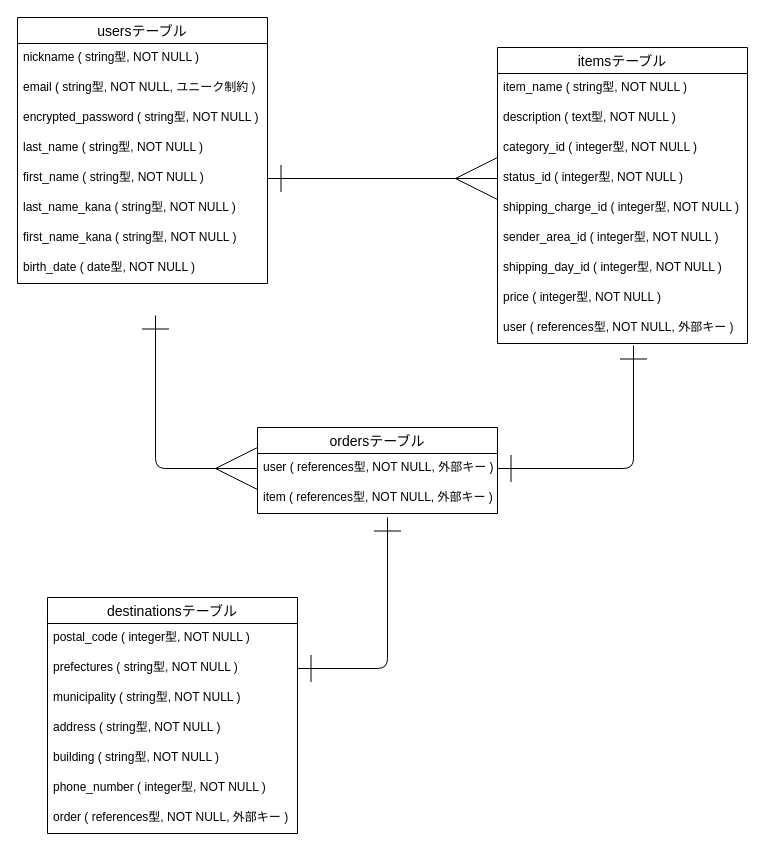
This is ER.dio from shero37/furima-38746, a draw.io file, before an edit. Source tidied: cells renumbered, new cells numbered last; positions are measured from the earlier drawing's top-left corner, leaving out a move shared by most shapes. Both pictures are drawn from the tidied source at 100%, with x=0, y=0 at pixel (17, 17).
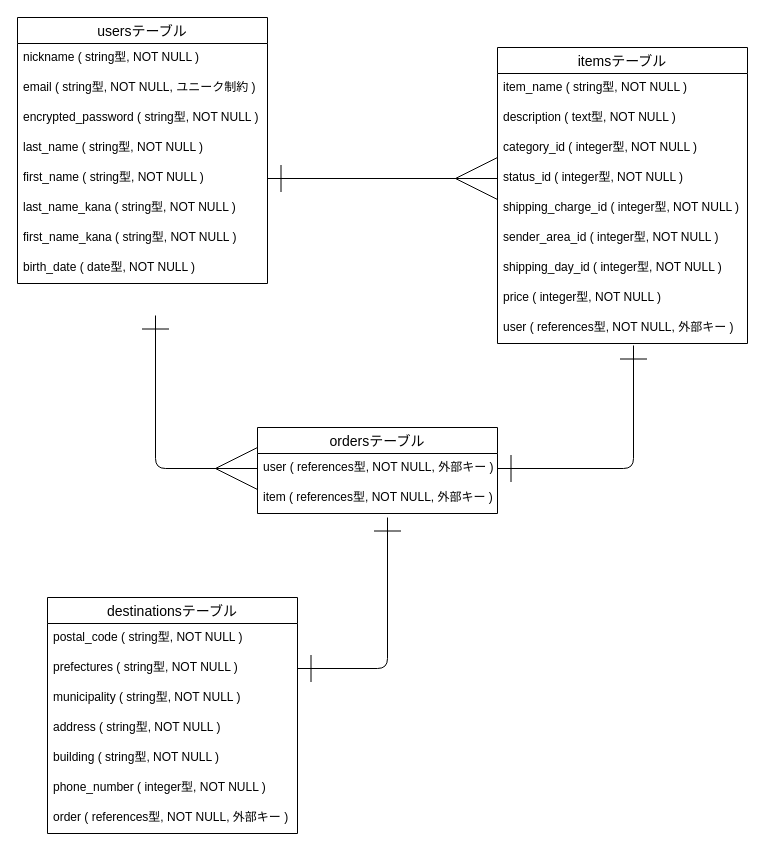
The same page after the edit.

Commit message (it also covers changes not shown here):
postal_codeの型をstring型に修正

The change refers to these unchanged cells:
```xml
<mxCell id="22" value="destinationsテーブル" style="swimlane;fontStyle=0;horizontal=1;startSize=26;align=center;fontSize=14;" parent="1" vertex="1">
  <mxGeometry x="30" y="580" width="250" height="236" as="geometry" />
</mxCell>
```

Change to the diagram source:
```diff
@@
-    <mxCell id="23" value="postal_code ( integer型, NOT NULL )" style="text;strokeColor=none;fillColor=none;spacingLeft=4;spacingRight=4;overflow=hidden;fontSize=12;" parent="22" vertex="1">
+    <mxCell id="23" value="postal_code ( string型, NOT NULL )" style="text;strokeColor=none;fillColor=none;spacingLeft=4;spacingRight=4;overflow=hidden;fontSize=12;" parent="22" vertex="1">
       <mxGeometry y="26" width="250" height="30" as="geometry" />
     </mxCell>
```
